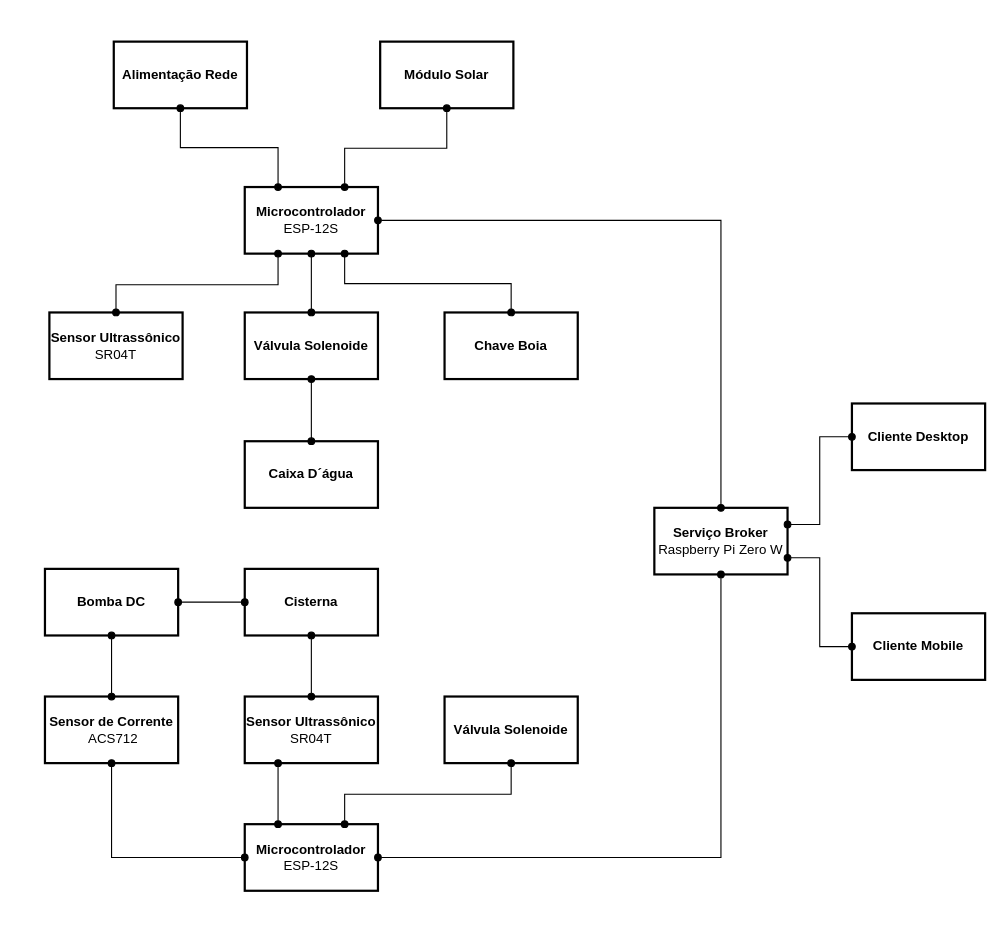
Earlier version of the draw.io diagram diagramas/esquema_cisterna.drawio (raphaelnunes67/TCC). Source tidied: cells renumbered, new cells numbered last; positions are measured from the earlier drawing's top-left corner, leaving out a move shared by most shapes. Both pictures are drawn from the tidied source at 111%, with x=0, y=0 at pixel (44, 41).
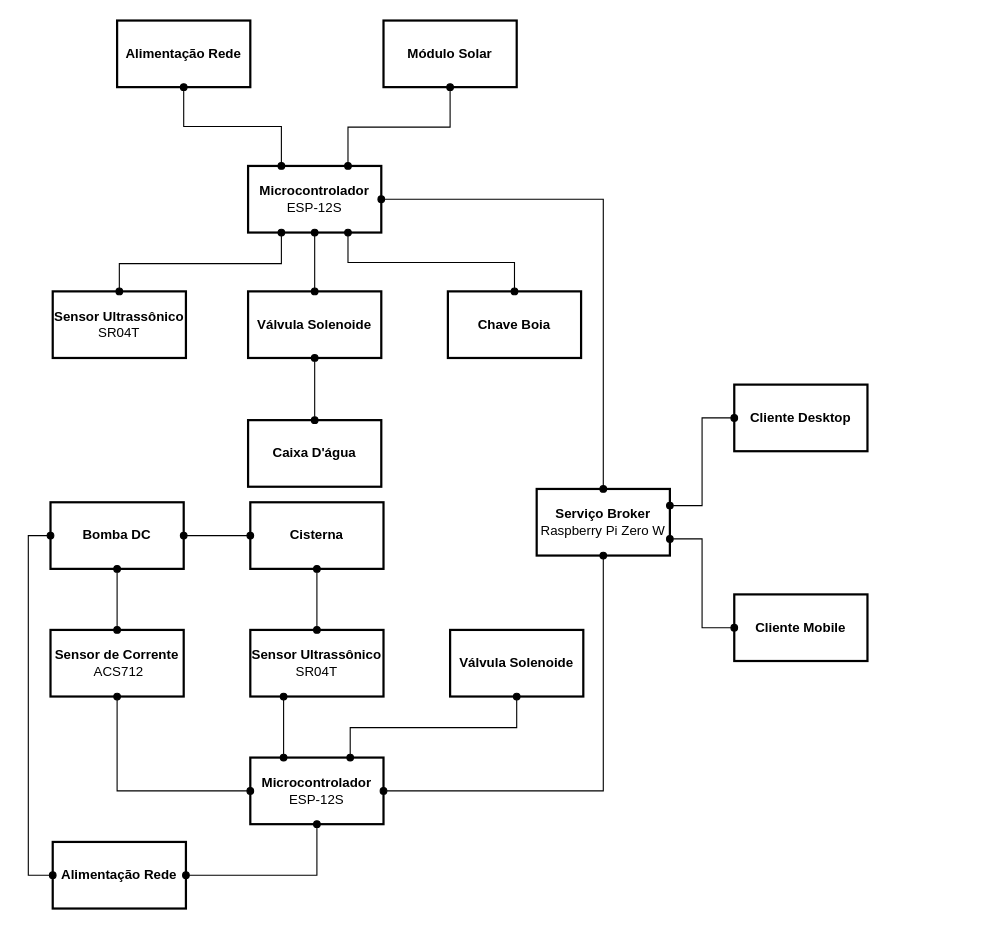
After the change.

Diff of the diagram source:
```diff
@@
     <mxCell id="3" value="&lt;font color=&quot;#000000&quot;&gt;&lt;b&gt;Alimentação Rede&lt;/b&gt;&lt;/font&gt;" style="rounded=0;whiteSpace=wrap;html=1;fillColor=none;strokeColor=#000000;strokeWidth=2;" parent="1" vertex="1">
-      <mxGeometry x="62" width="120" height="60" as="geometry" />
+      <mxGeometry x="65" y="-19" width="120" height="60" as="geometry" />
     </mxCell>
@@
     <mxCell id="6" value="&lt;font color=&quot;#000000&quot;&gt;&lt;b&gt;Microcontrolador&lt;/b&gt; ESP-12S&lt;/font&gt;" style="rounded=0;whiteSpace=wrap;html=1;fillColor=none;strokeColor=#000000;strokeWidth=2;" parent="1" vertex="1">
-      <mxGeometry x="180" y="131" width="120" height="60" as="geometry" />
+      <mxGeometry x="183" y="112" width="120" height="60" as="geometry" />
     </mxCell>
@@
     <mxCell id="8" value="&lt;font color=&quot;#000000&quot;&gt;&lt;b&gt;Sensor Ultrassônico&lt;/b&gt; SR04T&lt;/font&gt;" style="rounded=0;whiteSpace=wrap;html=1;fillColor=none;strokeColor=#000000;strokeWidth=2;" parent="1" vertex="1">
-      <mxGeometry x="180" y="590" width="120" height="60" as="geometry" />
+      <mxGeometry x="185" y="530" width="120" height="60" as="geometry" />
     </mxCell>
@@
     <mxCell id="10" value="&lt;b style=&quot;color: rgb(0 , 0 , 0)&quot;&gt;Microcontrolador&lt;br&gt;&lt;/b&gt;&lt;span style=&quot;color: rgb(0 , 0 , 0)&quot;&gt;ESP-12S&lt;/span&gt;" style="rounded=0;whiteSpace=wrap;html=1;fillColor=none;strokeColor=#000000;strokeWidth=2;" parent="1" vertex="1">
-      <mxGeometry x="180" y="705" width="120" height="60" as="geometry" />
+      <mxGeometry x="185" y="645" width="120" height="60" as="geometry" />
     </mxCell>
@@
     <mxCell id="12" value="&lt;b style=&quot;color: rgb(0 , 0 , 0)&quot;&gt;Sensor de Corrente&lt;br&gt;&lt;/b&gt;&lt;span style=&quot;color: rgb(0 , 0 , 0)&quot;&gt;&amp;nbsp;ACS712&lt;/span&gt;" style="rounded=0;whiteSpace=wrap;html=1;fillColor=none;strokeColor=#000000;strokeWidth=2;" parent="1" vertex="1">
-      <mxGeometry y="590" width="120" height="60" as="geometry" />
+      <mxGeometry x="5" y="530" width="120" height="60" as="geometry" />
     </mxCell>
     <mxCell id="13" style="edgeStyle=orthogonalEdgeStyle;rounded=0;jettySize=auto;html=1;entryX=0.75;entryY=0;entryDx=0;entryDy=0;startArrow=oval;startFill=1;endArrow=oval;endFill=1;strokeColor=#000000;" parent="1" edge="1" source="14" target="10">
       <mxGeometry relative="1" as="geometry">
         <Array as="points">
-          <mxPoint x="420" y="678" />
-          <mxPoint x="270" y="678" />
+          <mxPoint x="425" y="618" />
+          <mxPoint x="275" y="618" />
         </Array>
       </mxGeometry>
     </mxCell>
     <mxCell id="14" value="&lt;font color=&quot;#000000&quot;&gt;&lt;b&gt;Válvula Solenoide&lt;/b&gt;&lt;/font&gt;" style="rounded=0;whiteSpace=wrap;html=1;fillColor=none;strokeColor=#000000;strokeWidth=2;" parent="1" vertex="1">
-      <mxGeometry x="360" y="590" width="120" height="60" as="geometry" />
+      <mxGeometry x="365" y="530" width="120" height="60" as="geometry" />
     </mxCell>
     <mxCell id="15" value="&lt;font color=&quot;#000000&quot;&gt;&lt;b&gt;Válvula Solenoide&lt;/b&gt;&lt;/font&gt;" style="rounded=0;whiteSpace=wrap;html=1;fillColor=none;strokeColor=#000000;strokeWidth=2;" parent="1" vertex="1">
-      <mxGeometry x="180" y="244" width="120" height="60" as="geometry" />
+      <mxGeometry x="183" y="225" width="120" height="60" as="geometry" />
     </mxCell>
     <mxCell id="16" style="edgeStyle=orthogonalEdgeStyle;rounded=0;jettySize=auto;html=1;entryX=0.75;entryY=1;entryDx=0;entryDy=0;startArrow=oval;startFill=1;endArrow=oval;endFill=1;strokeColor=#000000;" parent="1" edge="1" source="17" target="6">
       <mxGeometry relative="1" as="geometry">
         <Array as="points">
-          <mxPoint x="420" y="218" />
-          <mxPoint x="270" y="218" />
+          <mxPoint x="423" y="199" />
+          <mxPoint x="273" y="199" />
         </Array>
       </mxGeometry>
     </mxCell>
     <mxCell id="17" value="&lt;font color=&quot;#000000&quot;&gt;&lt;b&gt;Chave Boia&lt;/b&gt;&lt;/font&gt;" style="rounded=0;whiteSpace=wrap;html=1;fillColor=none;strokeColor=#000000;strokeWidth=2;" parent="1" vertex="1">
-      <mxGeometry x="360" y="244" width="120" height="60" as="geometry" />
+      <mxGeometry x="363" y="225" width="120" height="60" as="geometry" />
     </mxCell>
     <mxCell id="18" style="edgeStyle=orthogonalEdgeStyle;rounded=0;jettySize=auto;html=1;entryX=0.25;entryY=1;entryDx=0;entryDy=0;startArrow=oval;startFill=1;endArrow=oval;endFill=1;strokeColor=#000000;" parent="1" edge="1" source="19" target="6">
       <mxGeometry relative="1" as="geometry">
         <Array as="points">
-          <mxPoint x="64" y="219" />
-          <mxPoint x="210" y="219" />
+          <mxPoint x="67" y="200" />
+          <mxPoint x="213" y="200" />
         </Array>
       </mxGeometry>
     </mxCell>
     <mxCell id="19" value="&lt;font color=&quot;#000000&quot;&gt;&lt;b&gt;Sensor Ultrassônico&lt;/b&gt; SR04T&lt;/font&gt;" style="rounded=0;whiteSpace=wrap;html=1;fillColor=none;strokeColor=#000000;strokeWidth=2;" parent="1" vertex="1">
-      <mxGeometry x="4" y="244" width="120" height="60" as="geometry" />
+      <mxGeometry x="7" y="225" width="120" height="60" as="geometry" />
     </mxCell>
@@
     <mxCell id="22" value="&lt;font color=&quot;#000000&quot;&gt;&lt;b&gt;Cisterna&lt;/b&gt;&lt;/font&gt;" style="rounded=0;whiteSpace=wrap;html=1;fillColor=none;strokeColor=#000000;strokeWidth=2;" parent="1" vertex="1">
-      <mxGeometry x="180" y="475" width="120" height="60" as="geometry" />
+      <mxGeometry x="185" y="415" width="120" height="60" as="geometry" />
     </mxCell>
@@
-    <mxCell id="24" value="&lt;font color=&quot;#000000&quot;&gt;&lt;b&gt;Caixa D´água&lt;/b&gt;&lt;/font&gt;" style="rounded=0;whiteSpace=wrap;html=1;fillColor=none;strokeColor=#000000;strokeWidth=2;" parent="1" vertex="1">
-      <mxGeometry x="180" y="360" width="120" height="60" as="geometry" />
+    <mxCell id="24" value="&lt;font color=&quot;#000000&quot;&gt;&lt;b&gt;Caixa D'água&lt;/b&gt;&lt;/font&gt;" style="rounded=0;whiteSpace=wrap;html=1;fillColor=none;strokeColor=#000000;strokeWidth=2;" parent="1" vertex="1">
+      <mxGeometry x="183" y="341" width="120" height="60" as="geometry" />
     </mxCell>
     <mxCell id="25" style="edgeStyle=orthogonalEdgeStyle;rounded=0;jettySize=auto;html=1;entryX=0.75;entryY=0;entryDx=0;entryDy=0;startArrow=oval;startFill=1;endArrow=oval;endFill=1;strokeColor=#000000;" parent="1" edge="1" source="26" target="6">
       <mxGeometry relative="1" as="geometry">
         <Array as="points">
-          <mxPoint x="362" y="96" />
-          <mxPoint x="270" y="96" />
+          <mxPoint x="365" y="77" />
+          <mxPoint x="273" y="77" />
         </Array>
       </mxGeometry>
     </mxCell>
     <mxCell id="26" value="&lt;font color=&quot;#000000&quot;&gt;&lt;b&gt;Módulo Solar&lt;/b&gt;&lt;/font&gt;" style="rounded=0;whiteSpace=wrap;html=1;fillColor=none;strokeColor=#000000;strokeWidth=2;" parent="1" vertex="1">
-      <mxGeometry x="302" width="120" height="60" as="geometry" />
+      <mxGeometry x="305" y="-19" width="120" height="60" as="geometry" />
     </mxCell>
@@
     <mxCell id="28" value="&lt;font color=&quot;#000000&quot;&gt;&lt;b&gt;Bomba DC&lt;/b&gt;&lt;/font&gt;" style="rounded=0;whiteSpace=wrap;html=1;fillColor=none;strokeColor=#000000;strokeWidth=2;" parent="1" vertex="1">
-      <mxGeometry y="475" width="120" height="60" as="geometry" />
+      <mxGeometry x="5" y="415" width="120" height="60" as="geometry" />
     </mxCell>
@@
     <mxCell id="31" value="&lt;font color=&quot;#000000&quot;&gt;&lt;b&gt;Serviço Broker&lt;/b&gt;&lt;br&gt;Raspberry Pi Zero W&lt;br&gt;&lt;/font&gt;" style="rounded=0;whiteSpace=wrap;html=1;fillColor=none;strokeColor=#000000;strokeWidth=2;" parent="1" vertex="1">
-      <mxGeometry x="549" y="420" width="120" height="60" as="geometry" />
+      <mxGeometry x="443" y="403" width="120" height="60" as="geometry" />
     </mxCell>
     <mxCell id="32" value="&lt;font color=&quot;#000000&quot;&gt;&lt;b&gt;Cliente Desktop&lt;/b&gt;&lt;br&gt;&lt;/font&gt;" style="rounded=0;whiteSpace=wrap;html=1;fillColor=none;strokeColor=#000000;strokeWidth=2;" parent="1" vertex="1">
-      <mxGeometry x="727" y="326" width="120" height="60" as="geometry" />
+      <mxGeometry x="621" y="309" width="120" height="60" as="geometry" />
     </mxCell>
     <mxCell id="33" value="&lt;font color=&quot;#000000&quot;&gt;&lt;b&gt;Cliente Mobile&lt;/b&gt;&lt;br&gt;&lt;/font&gt;" style="rounded=0;whiteSpace=wrap;html=1;fillColor=none;strokeColor=#000000;strokeWidth=2;" parent="1" vertex="1">
-      <mxGeometry x="727" y="515" width="120" height="60" as="geometry" />
+      <mxGeometry x="621" y="498" width="120" height="60" as="geometry" />
     </mxCell>
+    <mxCell id="34" style="edgeStyle=orthogonalEdgeStyle;rounded=0;jettySize=auto;html=1;entryX=0;entryY=0.5;entryDx=0;entryDy=0;startArrow=oval;startFill=1;strokeColor=#000000;endArrow=oval;endFill=1;" parent="1" edge="1" source="36" target="28">
+      <mxGeometry relative="1" as="geometry">
+        <Array as="points">
+          <mxPoint x="-15" y="751" />
+          <mxPoint x="-15" y="445" />
+        </Array>
+      </mxGeometry>
+    </mxCell>
+    <mxCell id="35" style="edgeStyle=orthogonalEdgeStyle;rounded=0;jettySize=auto;html=1;entryX=0.5;entryY=1;entryDx=0;entryDy=0;startArrow=oval;startFill=1;endArrow=oval;endFill=1;strokeColor=#000000;" parent="1" edge="1" source="36" target="10">
+      <mxGeometry relative="1" as="geometry" />
+    </mxCell>
+    <mxCell id="36" value="&lt;font color=&quot;#000000&quot;&gt;&lt;b&gt;Alimentação Rede&lt;/b&gt;&lt;/font&gt;" style="rounded=0;whiteSpace=wrap;html=1;fillColor=none;strokeColor=#000000;strokeWidth=2;" parent="1" vertex="1">
+      <mxGeometry x="7" y="721" width="120" height="60" as="geometry" />
+    </mxCell>
```
